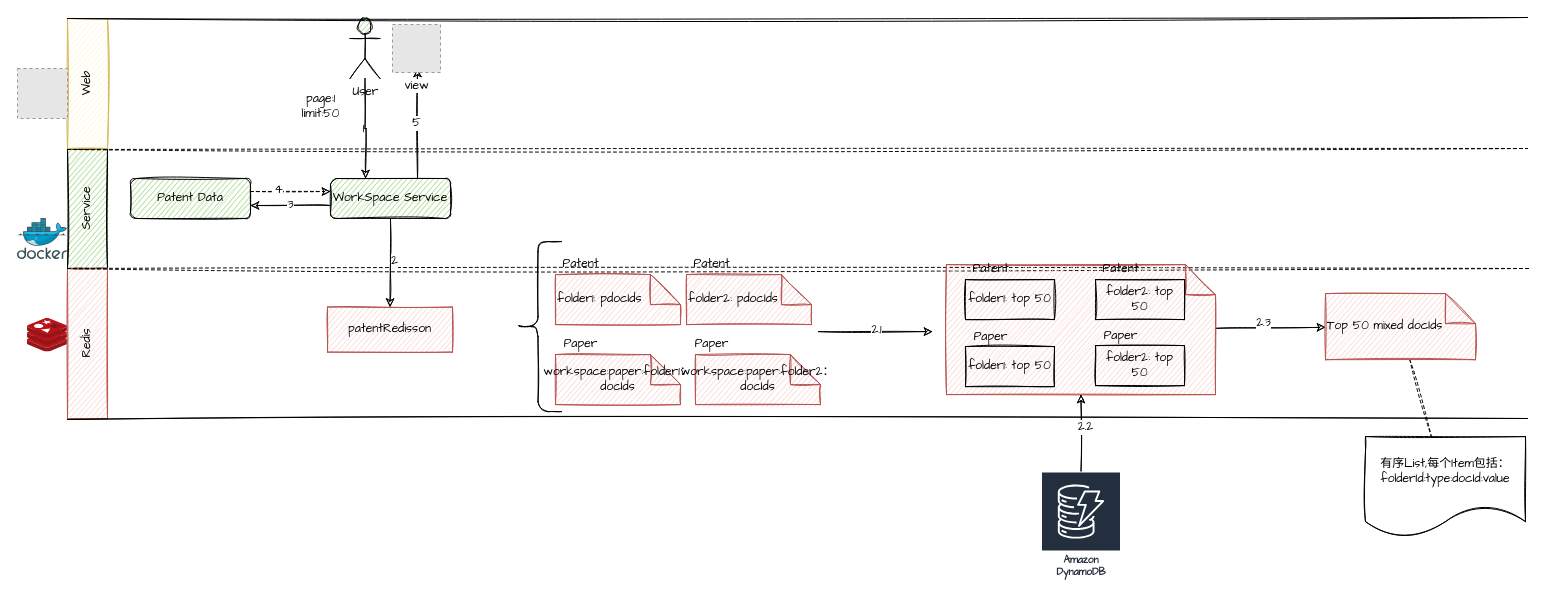
Earlier version of the draw.io diagram page "Project Sorting" (2 of 3) of RD Innovation.drawio (yindongjun/gangzhang.github.io). Source tidied: cells renumbered, new cells numbered last; positions are measured from the earlier drawing's top-left corner, leaving out a move shared by most shapes. Both pictures are drawn from the tidied source at 100%, with x=0, y=0 at pixel (17, 17). Pictures stored in the file or linked from it are replaced by grey dashed boxes.
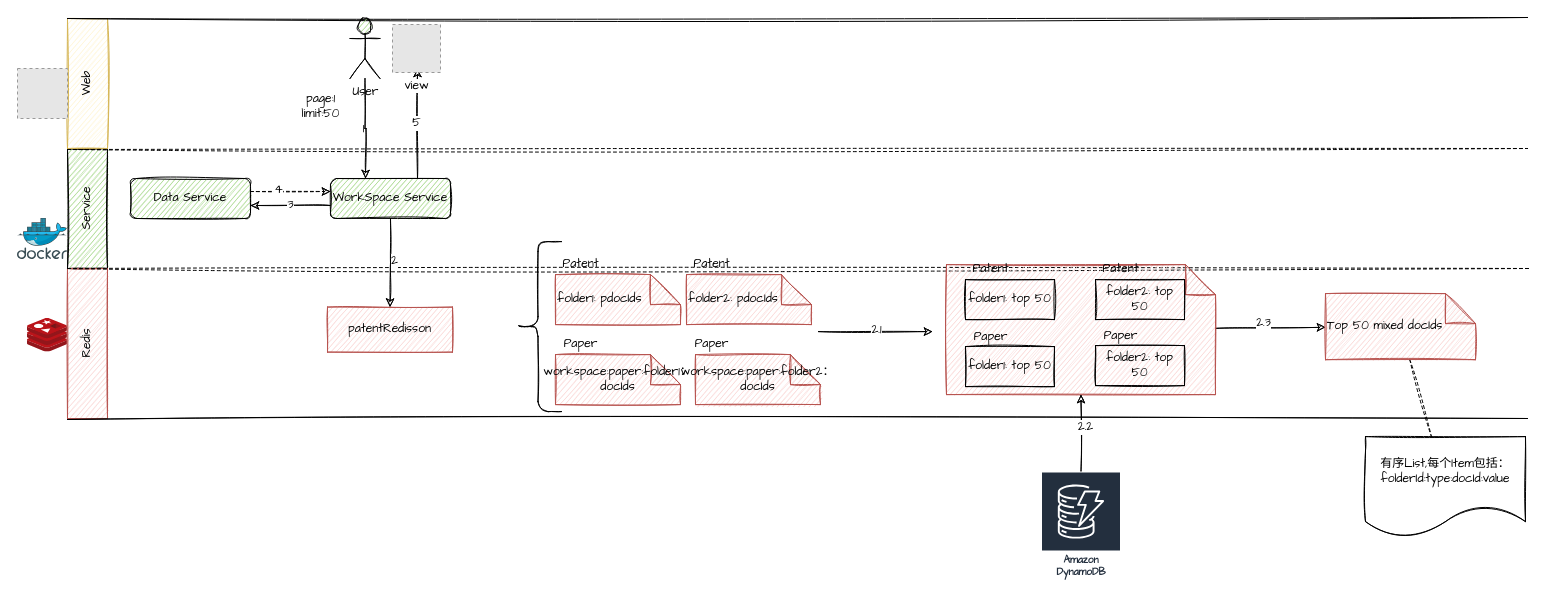
The same page after the edit.

Diff of the diagram source:
```diff
@@
-    <mxCell id="34" value="Patent Data" style="rounded=1;whiteSpace=wrap;html=1;fontFamily=Comic Sans MS;sketch=1;fillColor=#97D077;" parent="1" vertex="1">
+    <mxCell id="34" value="Data Service" style="rounded=1;whiteSpace=wrap;html=1;fontFamily=Comic Sans MS;sketch=1;fillColor=#97D077;" parent="1" vertex="1">
       <mxGeometry x="113" y="161" width="120" height="40" as="geometry" />
     </mxCell>
```
